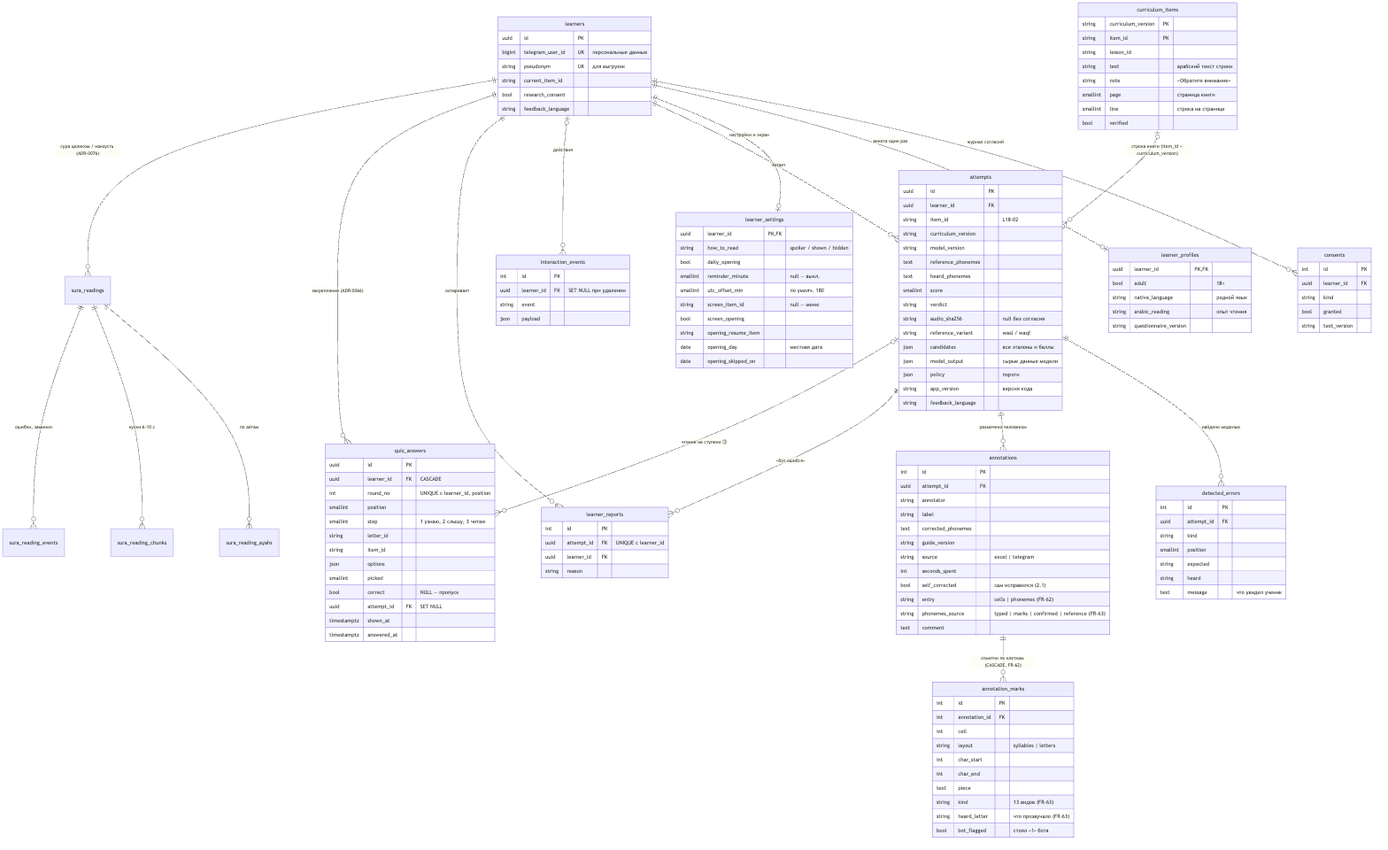
The Mermaid diagram docs/architecture/diagrams/04-er.png in abdra04-gif/muallim, before a commit. Its source is kept beside it as docs/architecture/diagrams/04-er.mmd.
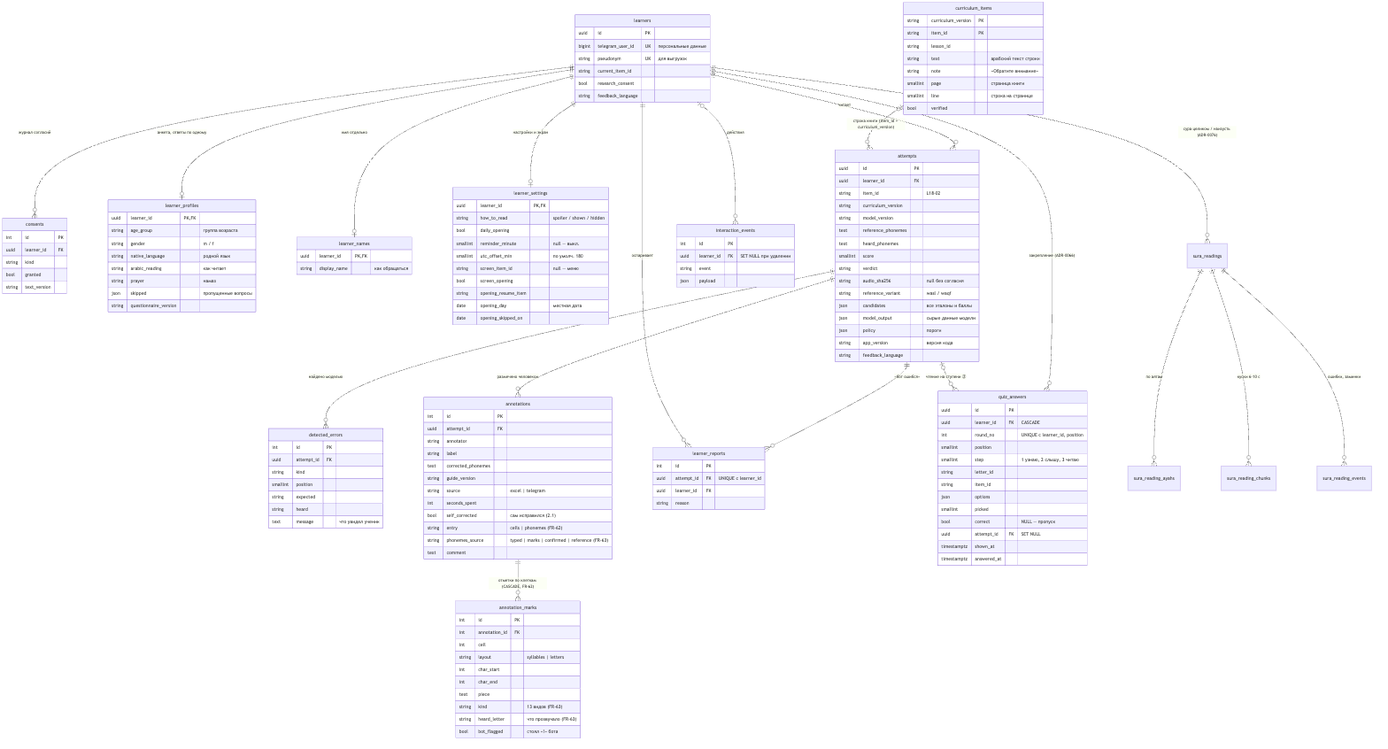
The same diagram one commit later.

The edit, as a diff of the source:
```diff
@@ -1,6 +1,7 @@
 erDiagram
     learners ||--o{ consents : "журнал согласий"
-    learners ||--o| learner_profiles : "анкета один раз"
+    learners ||--o| learner_profiles : "анкета, ответы по одному"
+    learners ||--o| learner_names : "имя отдельно"
     learners ||--o| learner_settings : "настройки и экран"
     learners ||--o{ attempts : "читает"
     learners |o--o{ interaction_events : "действия"
@@ -34,10 +35,17 @@
     }
     learner_profiles {
         uuid learner_id PK,FK
-        bool adult "18+"
+        string age_group "группа возраста"
+        string gender "m / f"
         string native_language "родной язык"
-        string arabic_reading "опыт чтения"
+        string arabic_reading "как читает"
+        string prayer "намаз"
+        json skipped "пропущенные вопросы"
         string questionnaire_version
+    }
+    learner_names {
+        uuid learner_id PK,FK
+        string display_name "как обращаться"
     }
     learner_settings {
         uuid learner_id PK,FK
```
